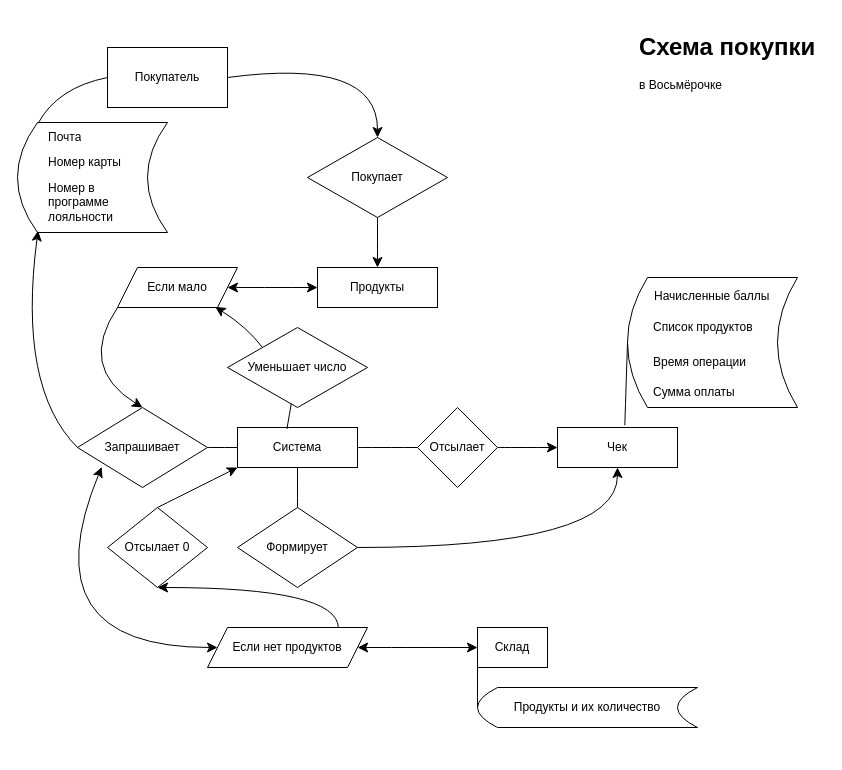
This is Диаграмма без названия.drawio from t0ster30/RoomLibraryStyopkin03PRd4310, a draw.io file, before an edit. Source tidied: cells renumbered, new cells numbered last; positions are measured from the earlier drawing's top-left corner, leaving out a move shared by most shapes. Both pictures are drawn from the tidied source at 100%, with x=0, y=0 at pixel (17, 27).
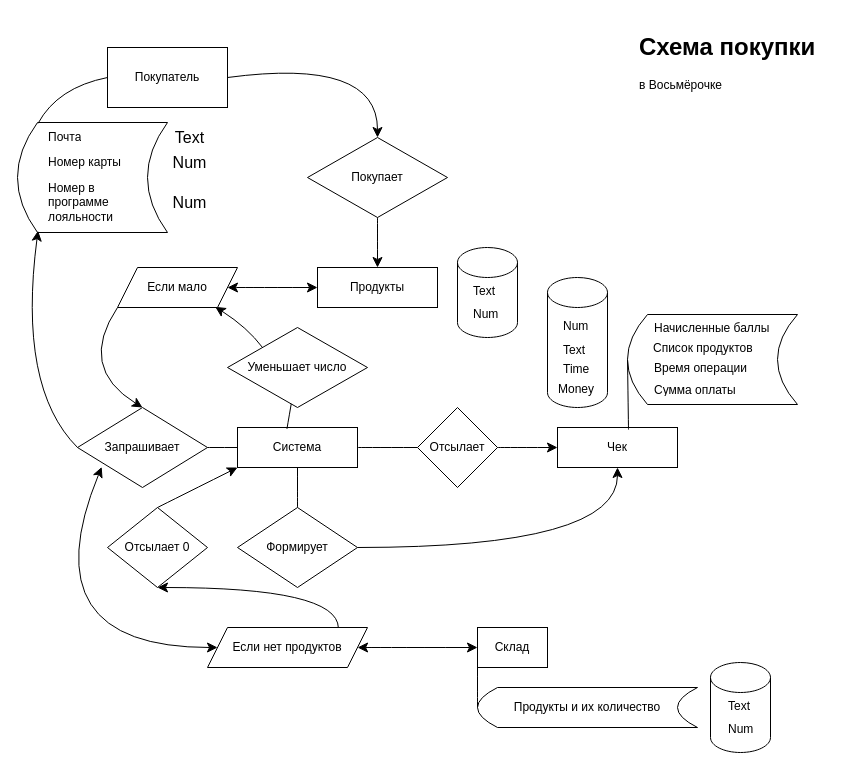
The same page after the edit.

The change refers to these unchanged cells:
```xml
<mxCell id="10" value="Чек" style="rounded=0;whiteSpace=wrap;html=1;" parent="1" vertex="1">
  <mxGeometry x="540" y="400" width="120" height="40" as="geometry" />
</mxCell>
```

The edit, as a diff of the source:
```diff
@@
     <mxCell id="31" style="shape=dataStorage;whiteSpace=wrap;html=1;fixedSize=1;" parent="1" vertex="1">
-      <mxGeometry x="610" y="250" width="170" height="130" as="geometry" />
+      <mxGeometry x="610" y="287" width="170" height="90" as="geometry" />
     </mxCell>
     <mxCell id="32" value="Список продуктов" style="text;strokeColor=none;fillColor=none;align=left;verticalAlign=middle;spacingLeft=4;spacingRight=4;overflow=hidden;whiteSpace=wrap;html=1;" parent="1" vertex="1">
-      <mxGeometry x="630" y="280" width="123" height="40" as="geometry" />
+      <mxGeometry x="630" y="311" width="123" height="20" as="geometry" />
     </mxCell>
     <mxCell id="33" value="Время операции" style="text;strokeColor=none;fillColor=none;align=left;verticalAlign=middle;spacingLeft=4;spacingRight=4;overflow=hidden;whiteSpace=wrap;html=1;" parent="1" vertex="1">
-      <mxGeometry x="630" y="320" width="113" height="30" as="geometry" />
+      <mxGeometry x="631" y="331" width="113" height="20" as="geometry" />
     </mxCell>
     <mxCell id="34" value="Сумма оплаты" style="text;strokeColor=none;fillColor=none;align=left;verticalAlign=middle;spacingLeft=4;spacingRight=4;overflow=hidden;whiteSpace=wrap;html=1;" parent="1" vertex="1">
-      <mxGeometry x="630" y="350" width="103" height="30" as="geometry" />
+      <mxGeometry x="631" y="353" width="103" height="17" as="geometry" />
     </mxCell>
-    <mxCell id="35" style="endArrow=none;html=1;rounded=0;fontSize=12;startSize=8;endSize=8;curved=1;entryX=0;entryY=0.5;entryDx=0;entryDy=0;exitX=0.561;exitY=-0.057;exitDx=0;exitDy=0;exitPerimeter=0;" parent="1" edge="1" source="10" target="31">
-      <mxGeometry relative="1" as="geometry" />
+    <mxCell id="35" style="endArrow=none;html=1;rounded=0;fontSize=12;startSize=8;endSize=8;curved=1;entryX=0;entryY=0.5;entryDx=0;entryDy=0;" parent="1" edge="1" target="31">
+      <mxGeometry relative="1" as="geometry">
+        <mxPoint x="611" y="402" as="sourcePoint" />
+      </mxGeometry>
     </mxCell>
@@
     <mxCell id="37" value="Начисленные баллы" style="text;strokeColor=none;fillColor=none;align=left;verticalAlign=middle;spacingLeft=4;spacingRight=4;overflow=hidden;whiteSpace=wrap;html=1;" parent="1" vertex="1">
-      <mxGeometry x="631" y="254" width="129" height="30" as="geometry" />
+      <mxGeometry x="631" y="291" width="129" height="16" as="geometry" />
     </mxCell>
@@
+    <mxCell id="45" value="Text" style="text;html=1;align=center;verticalAlign=middle;whiteSpace=wrap;rounded=0;fontSize=16;fontFamily=Helvetica;fontColor=default;" parent="1" vertex="1">
+      <mxGeometry x="160" y="105" width="25" height="10" as="geometry" />
+    </mxCell>
+    <mxCell id="46" value="Num" style="text;html=1;align=center;verticalAlign=middle;whiteSpace=wrap;rounded=0;fontSize=16;fontFamily=Helvetica;fontColor=default;" parent="1" vertex="1">
+      <mxGeometry x="160" y="130" width="25" height="10" as="geometry" />
+    </mxCell>
+    <mxCell id="47" value="Num" style="text;html=1;align=center;verticalAlign=middle;whiteSpace=wrap;rounded=0;fontSize=16;fontFamily=Helvetica;fontColor=default;" parent="1" vertex="1">
+      <mxGeometry x="160" y="170" width="25" height="10" as="geometry" />
+    </mxCell>
+    <mxCell id="48" style="shape=cylinder3;whiteSpace=wrap;html=1;boundedLbl=1;backgroundOutline=1;size=15;" parent="1" vertex="1">
+      <mxGeometry x="440" y="220" width="60" height="90" as="geometry" />
+    </mxCell>
+    <mxCell id="49" value="Text" style="text;strokeColor=none;fillColor=none;align=left;verticalAlign=middle;spacingLeft=4;spacingRight=4;overflow=hidden;whiteSpace=wrap;html=1;" parent="1" vertex="1">
+      <mxGeometry x="450" y="254" width="40" height="16" as="geometry" />
+    </mxCell>
+    <mxCell id="50" value="Num" style="text;strokeColor=none;fillColor=none;align=left;verticalAlign=middle;spacingLeft=4;spacingRight=4;overflow=hidden;whiteSpace=wrap;html=1;" parent="1" vertex="1">
+      <mxGeometry x="450" y="274" width="40" height="26" as="geometry" />
+    </mxCell>
+    <mxCell id="51" style="shape=cylinder3;whiteSpace=wrap;html=1;boundedLbl=1;backgroundOutline=1;size=15;" parent="1" vertex="1">
+      <mxGeometry x="693" y="635" width="60" height="90" as="geometry" />
+    </mxCell>
+    <mxCell id="52" value="Text" style="text;strokeColor=none;fillColor=none;align=left;verticalAlign=middle;spacingLeft=4;spacingRight=4;overflow=hidden;whiteSpace=wrap;html=1;" parent="1" vertex="1">
+      <mxGeometry x="704.5" y="669" width="37" height="16" as="geometry" />
+    </mxCell>
+    <mxCell id="53" value="Num" style="text;strokeColor=none;fillColor=none;align=left;verticalAlign=middle;spacingLeft=4;spacingRight=4;overflow=hidden;whiteSpace=wrap;html=1;" parent="1" vertex="1">
+      <mxGeometry x="704.5" y="689" width="37" height="26" as="geometry" />
+    </mxCell>
+    <mxCell id="54" style="shape=cylinder3;whiteSpace=wrap;html=1;boundedLbl=1;backgroundOutline=1;size=15;" parent="1" vertex="1">
+      <mxGeometry x="530" y="250" width="60" height="130" as="geometry" />
+    </mxCell>
+    <mxCell id="55" value="Text" style="text;strokeColor=none;fillColor=none;align=left;verticalAlign=middle;spacingLeft=4;spacingRight=4;overflow=hidden;whiteSpace=wrap;html=1;" parent="1" vertex="1">
+      <mxGeometry x="540" y="313" width="40" height="16" as="geometry" />
+    </mxCell>
+    <mxCell id="56" value="Money" style="text;strokeColor=none;fillColor=none;align=left;verticalAlign=middle;spacingLeft=4;spacingRight=4;overflow=hidden;whiteSpace=wrap;html=1;" parent="1" vertex="1">
+      <mxGeometry x="535" y="349.8" width="50" height="23.5" as="geometry" />
+    </mxCell>
+    <mxCell id="57" value="Time" style="text;strokeColor=none;fillColor=none;align=left;verticalAlign=middle;spacingLeft=4;spacingRight=4;overflow=hidden;whiteSpace=wrap;html=1;" parent="1" vertex="1">
+      <mxGeometry x="540" y="332" width="40" height="18" as="geometry" />
+    </mxCell>
+    <mxCell id="58" value="Num" style="text;strokeColor=none;fillColor=none;align=left;verticalAlign=middle;spacingLeft=4;spacingRight=4;overflow=hidden;whiteSpace=wrap;html=1;" parent="1" vertex="1">
+      <mxGeometry x="540" y="289.5" width="40" height="19" as="geometry" />
+    </mxCell>
```
